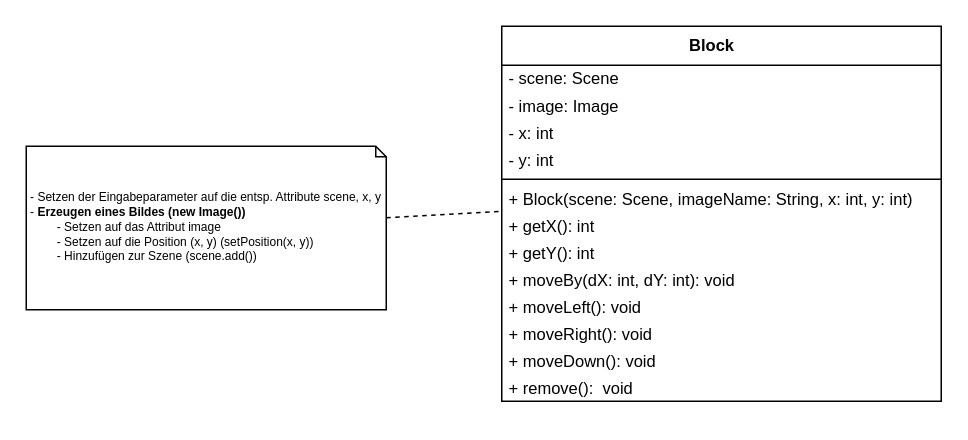
Josef-Friedrich/greenfoot-tetris keeps this draw.io diagram as misc/UML/Class-Block.drawio. Above is the earlier version. Source tidied: cells renumbered, new cells numbered last; positions are measured from the earlier drawing's top-left corner, leaving out a move shared by most shapes. Both pictures are drawn from the tidied source at 150%, with x=0, y=0 at pixel (26, 26).
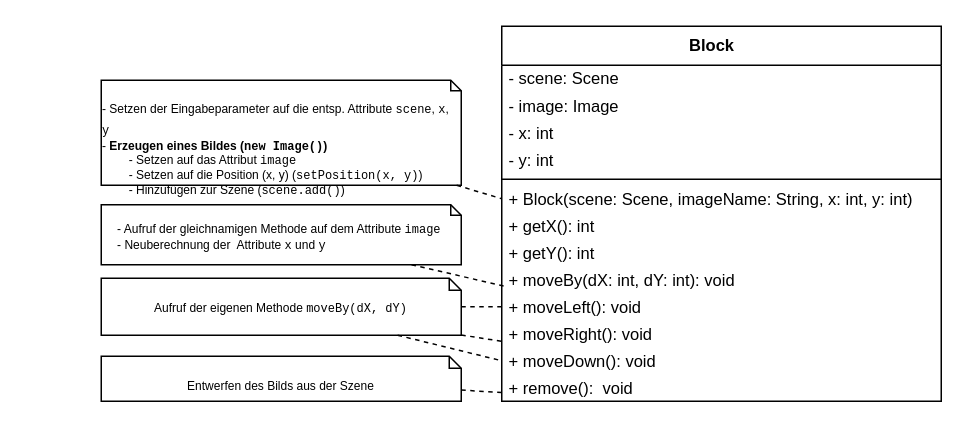
After the change.

Commit message (it also covers changes not shown here):
UML-Block

The change refers to these unchanged cells:
```xml
<mxCell id="8" value="+ Block(scene: Scene, imageName: String, x: int, y: int)" style="text;strokeColor=none;fillColor=none;align=left;verticalAlign=middle;spacingLeft=3;spacingRight=4;overflow=hidden;points=[[0,0.5],[1,0.5]];portConstraint=eastwest;fontFamily=Alegreya;fontSize=11;" parent="2" vertex="1">
  <mxGeometry y="106" width="293" height="18" as="geometry" />
</mxCell>
<mxCell id="11" value="+ moveBy(dX: int, dY: int): void" style="text;strokeColor=none;fillColor=none;align=left;verticalAlign=middle;spacingLeft=3;spacingRight=4;overflow=hidden;points=[[0,0.5],[1,0.5]];portConstraint=eastwest;fontFamily=Alegreya;fontSize=11;" parent="2" vertex="1">
  <mxGeometry y="160" width="293" height="18" as="geometry" />
</mxCell>
<mxCell id="12" value="+ moveLeft(): void" style="text;strokeColor=none;fillColor=none;align=left;verticalAlign=middle;spacingLeft=3;spacingRight=4;overflow=hidden;points=[[0,0.5],[1,0.5]];portConstraint=eastwest;fontFamily=Alegreya;fontSize=11;" parent="2" vertex="1">
  <mxGeometry y="178" width="293" height="18" as="geometry" />
</mxCell>
<mxCell id="13" value="+ moveRight(): void" style="text;strokeColor=none;fillColor=none;align=left;verticalAlign=middle;spacingLeft=3;spacingRight=4;overflow=hidden;points=[[0,0.5],[1,0.5]];portConstraint=eastwest;fontFamily=Alegreya;fontSize=11;" parent="2" vertex="1">
  <mxGeometry y="196" width="293" height="18" as="geometry" />
</mxCell>
<mxCell id="14" value="+ moveDown(): void" style="text;strokeColor=none;fillColor=none;align=left;verticalAlign=middle;spacingLeft=3;spacingRight=4;overflow=hidden;points=[[0,0.5],[1,0.5]];portConstraint=eastwest;fontFamily=Alegreya;fontSize=11;" parent="2" vertex="1">
  <mxGeometry y="214" width="293" height="18" as="geometry" />
</mxCell>
<mxCell id="15" value="+ remove():  void" style="text;strokeColor=none;fillColor=none;align=left;verticalAlign=middle;spacingLeft=3;spacingRight=4;overflow=hidden;points=[[0,0.5],[1,0.5]];portConstraint=eastwest;fontFamily=Alegreya;fontSize=11;" parent="2" vertex="1">
  <mxGeometry y="232" width="293" height="18" as="geometry" />
</mxCell>
```

What changed in the source:
```diff
@@
-    <mxCell id="16" value="&lt;p style=&quot;line-height: 80%;&quot;&gt;&lt;/p&gt;&lt;div style=&quot;text-align: left;&quot;&gt;&lt;span style=&quot;font-size: 8px; font-family: Alegreya; background-color: initial;&quot;&gt;- Setzen der Eingabeparameter auf die entsp. Attribute scene, x, y&lt;/span&gt;&lt;/div&gt;&lt;font style=&quot;font-size: 8px;&quot; face=&quot;Alegreya&quot;&gt;&lt;div style=&quot;text-align: left;&quot;&gt;&lt;span style=&quot;background-color: initial;&quot;&gt;- &lt;b&gt;Erzeugen eines Bildes (new Image())&lt;/b&gt;&lt;/span&gt;&lt;/div&gt;&lt;div style=&quot;text-align: left;&quot;&gt;&lt;span style=&quot;background-color: initial;&quot;&gt;&lt;span style=&quot;white-space: pre;&quot;&gt;&#9;&lt;/span&gt;- Setzen auf das Attribut image&amp;nbsp;&lt;/span&gt;&lt;/div&gt;&lt;div style=&quot;text-align: left;&quot;&gt;&lt;span style=&quot;background-color: initial;&quot;&gt;&lt;span style=&quot;white-space: pre;&quot;&gt;&#9;&lt;/span&gt;- Setzen auf die Position (x, y) (setPosition(x, y))&lt;/span&gt;&lt;/div&gt;&lt;div style=&quot;text-align: left;&quot;&gt;&lt;span style=&quot;background-color: initial;&quot;&gt;&lt;span style=&quot;white-space: pre;&quot;&gt;&#9;&lt;/span&gt;- Hinzufügen zur Szene (scene.add())&lt;/span&gt;&lt;/div&gt;&lt;/font&gt;&lt;p&gt;&lt;/p&gt;" style="shape=note2;boundedLbl=1;whiteSpace=wrap;html=1;size=7;verticalAlign=top;align=center;" parent="1" vertex="1">
-      <mxGeometry y="80" width="240" height="109" as="geometry" />
+    <mxCell id="16" value="&lt;p style=&quot;line-height: 80%;&quot;&gt;&lt;/p&gt;&lt;div style=&quot;text-align: left;&quot;&gt;&lt;span style=&quot;font-size: 8px; font-family: Alegreya; background-color: initial;&quot;&gt;- Setzen der Eingabeparameter auf die entsp. Attribute &lt;/span&gt;&lt;span style=&quot;font-size: 8px; background-color: initial;&quot;&gt;&lt;font face=&quot;Courier New&quot;&gt;scene&lt;/font&gt;&lt;/span&gt;&lt;span style=&quot;font-size: 8px; font-family: Alegreya; background-color: initial;&quot;&gt;, &lt;/span&gt;&lt;span style=&quot;font-size: 8px; background-color: initial;&quot;&gt;&lt;font face=&quot;Courier New&quot;&gt;x&lt;/font&gt;&lt;/span&gt;&lt;span style=&quot;font-size: 8px; font-family: Alegreya; background-color: initial;&quot;&gt;, &lt;/span&gt;&lt;span style=&quot;font-size: 8px; background-color: initial;&quot;&gt;&lt;font face=&quot;Courier New&quot;&gt;y&lt;/font&gt;&lt;/span&gt;&lt;/div&gt;&lt;font style=&quot;font-size: 8px;&quot;&gt;&lt;div style=&quot;text-align: left;&quot;&gt;&lt;span style=&quot;background-color: initial;&quot;&gt;&lt;font face=&quot;Alegreya&quot;&gt;- &lt;/font&gt;&lt;b style=&quot;&quot;&gt;&lt;font face=&quot;Alegreya&quot;&gt;Erzeugen eines Bildes (&lt;/font&gt;&lt;font face=&quot;Courier New&quot;&gt;new Image()&lt;/font&gt;&lt;font face=&quot;Alegreya&quot;&gt;)&lt;/font&gt;&lt;/b&gt;&lt;/span&gt;&lt;/div&gt;&lt;div style=&quot;text-align: left;&quot;&gt;&lt;span style=&quot;background-color: initial;&quot;&gt;&lt;span style=&quot;font-family: Alegreya; white-space: pre;&quot;&gt;&#9;&lt;/span&gt;&lt;font face=&quot;Alegreya&quot;&gt;- Setzen auf das Attribut &lt;/font&gt;&lt;font face=&quot;Courier New&quot;&gt;image&lt;/font&gt;&lt;font face=&quot;Alegreya&quot;&gt;&amp;nbsp;&lt;/font&gt;&lt;/span&gt;&lt;/div&gt;&lt;div style=&quot;text-align: left;&quot;&gt;&lt;span style=&quot;background-color: initial;&quot;&gt;&lt;span style=&quot;font-family: Alegreya; white-space: pre;&quot;&gt;&#9;&lt;/span&gt;&lt;font face=&quot;Alegreya&quot;&gt;- Setzen auf die Position (x, y) (&lt;/font&gt;&lt;font face=&quot;Courier New&quot;&gt;setPosition(x, y)&lt;/font&gt;&lt;font face=&quot;Alegreya&quot;&gt;)&lt;/font&gt;&lt;/span&gt;&lt;/div&gt;&lt;div style=&quot;text-align: left;&quot;&gt;&lt;span style=&quot;background-color: initial;&quot;&gt;&lt;span style=&quot;font-family: Alegreya; white-space: pre;&quot;&gt;&#9;&lt;/span&gt;&lt;font face=&quot;Alegreya&quot;&gt;- Hinzufügen zur Szene (&lt;/font&gt;&lt;font face=&quot;Courier New&quot;&gt;scene.add()&lt;/font&gt;&lt;font face=&quot;Alegreya&quot;&gt;)&lt;/font&gt;&lt;/span&gt;&lt;/div&gt;&lt;/font&gt;&lt;p&gt;&lt;/p&gt;" style="shape=note2;boundedLbl=1;whiteSpace=wrap;html=1;size=7;verticalAlign=top;align=center;rotation=0;" parent="1" vertex="1">
+      <mxGeometry x="50" y="36" width="240" height="70" as="geometry">
+        <mxPoint y="-15" as="offset" />
+      </mxGeometry>
     </mxCell>
-    <mxCell id="17" style="endArrow=none;dashed=1;html=1;rounded=0;" parent="1" edge="1" source="16" target="8">
+    <mxCell id="17" style="endArrow=none;dashed=1;html=1;rounded=0;entryX=0;entryY=0.5;entryDx=0;entryDy=0;" parent="1" edge="1" source="16" target="8">
       <mxGeometry relative="1" as="geometry" />
     </mxCell>
+    <mxCell id="18" value="&lt;p style=&quot;line-height: 80%;&quot;&gt;&lt;/p&gt;&lt;div style=&quot;text-align: left; line-height: 80%;&quot;&gt;&lt;span style=&quot;font-size: 8px;&quot;&gt;&lt;font face=&quot;Alegreya&quot;&gt;- Aufruf der gleichnamigen Methode auf dem Attribute &lt;/font&gt;&lt;font face=&quot;Courier New&quot;&gt;image&lt;/font&gt;&lt;font face=&quot;Alegreya&quot;&gt;&amp;nbsp;&lt;/font&gt;&lt;/span&gt;&lt;/div&gt;&lt;div style=&quot;text-align: left; line-height: 80%;&quot;&gt;&lt;span style=&quot;font-size: 8px;&quot;&gt;&lt;font face=&quot;Alegreya&quot;&gt;- Neuberechnung der&amp;nbsp; Attribute &lt;/font&gt;&lt;font face=&quot;Courier New&quot;&gt;x&lt;/font&gt;&lt;font face=&quot;Alegreya&quot;&gt; und &lt;/font&gt;&lt;font face=&quot;Courier New&quot;&gt;y&lt;/font&gt;&lt;/span&gt;&lt;/div&gt;&lt;p&gt;&lt;/p&gt;" style="shape=note2;boundedLbl=1;whiteSpace=wrap;html=1;size=7;verticalAlign=top;align=center;rotation=0;" parent="1" vertex="1">
+      <mxGeometry x="50" y="119" width="240" height="40" as="geometry">
+        <mxPoint y="-15" as="offset" />
+      </mxGeometry>
+    </mxCell>
+    <mxCell id="19" style="endArrow=none;dashed=1;html=1;rounded=0;entryX=0.005;entryY=0.733;entryDx=0;entryDy=0;entryPerimeter=0;" parent="1" edge="1" source="18" target="11">
+      <mxGeometry relative="1" as="geometry" />
+    </mxCell>
+    <mxCell id="20" value="&lt;p style=&quot;line-height: 80%;&quot;&gt;&lt;/p&gt;&lt;div style=&quot;text-align: left;&quot;&gt;&lt;span style=&quot;font-size: 8px;&quot;&gt;&lt;font face=&quot;Alegreya&quot;&gt;Aufruf der eigenen Methode &lt;/font&gt;&lt;font face=&quot;Courier New&quot;&gt;moveBy(dX, dY)&lt;/font&gt;&lt;/span&gt;&lt;/div&gt;&lt;p&gt;&lt;/p&gt;" style="shape=note2;boundedLbl=1;whiteSpace=wrap;html=1;size=8;verticalAlign=top;align=center;rotation=0;" parent="1" vertex="1">
+      <mxGeometry x="50" y="168" width="240" height="38" as="geometry">
+        <mxPoint y="-15" as="offset" />
+      </mxGeometry>
+    </mxCell>
+    <mxCell id="21" style="endArrow=none;dashed=1;html=1;rounded=0;entryX=0;entryY=0.5;entryDx=0;entryDy=0;" parent="1" edge="1" source="20" target="12">
+      <mxGeometry relative="1" as="geometry" />
+    </mxCell>
+    <mxCell id="22" style="endArrow=none;dashed=1;html=1;rounded=0;entryX=-0.001;entryY=0.778;entryDx=0;entryDy=0;entryPerimeter=0;" parent="1" edge="1" source="20" target="13">
+      <mxGeometry relative="1" as="geometry" />
+    </mxCell>
+    <mxCell id="23" style="endArrow=none;dashed=1;html=1;rounded=0;entryX=0;entryY=0.5;entryDx=0;entryDy=0;" parent="1" edge="1" source="20" target="14">
+      <mxGeometry relative="1" as="geometry" />
+    </mxCell>
+    <mxCell id="24" value="&lt;p style=&quot;line-height: 80%;&quot;&gt;&lt;/p&gt;&lt;div style=&quot;text-align: left;&quot;&gt;&lt;font face=&quot;Alegreya&quot;&gt;&lt;span style=&quot;font-size: 8px;&quot;&gt;Entwerfen des Bilds aus der Szene&lt;/span&gt;&lt;/font&gt;&lt;/div&gt;&lt;p&gt;&lt;/p&gt;" style="shape=note2;boundedLbl=1;whiteSpace=wrap;html=1;size=8;verticalAlign=top;align=center;rotation=0;" parent="1" vertex="1">
+      <mxGeometry x="50" y="220" width="240" height="30" as="geometry">
+        <mxPoint y="-15" as="offset" />
+      </mxGeometry>
+    </mxCell>
+    <mxCell id="25" style="endArrow=none;dashed=1;html=1;rounded=0;entryX=0.001;entryY=0.68;entryDx=0;entryDy=0;entryPerimeter=0;" parent="1" edge="1" source="24" target="15">
+      <mxGeometry relative="1" as="geometry" />
+    </mxCell>
```
